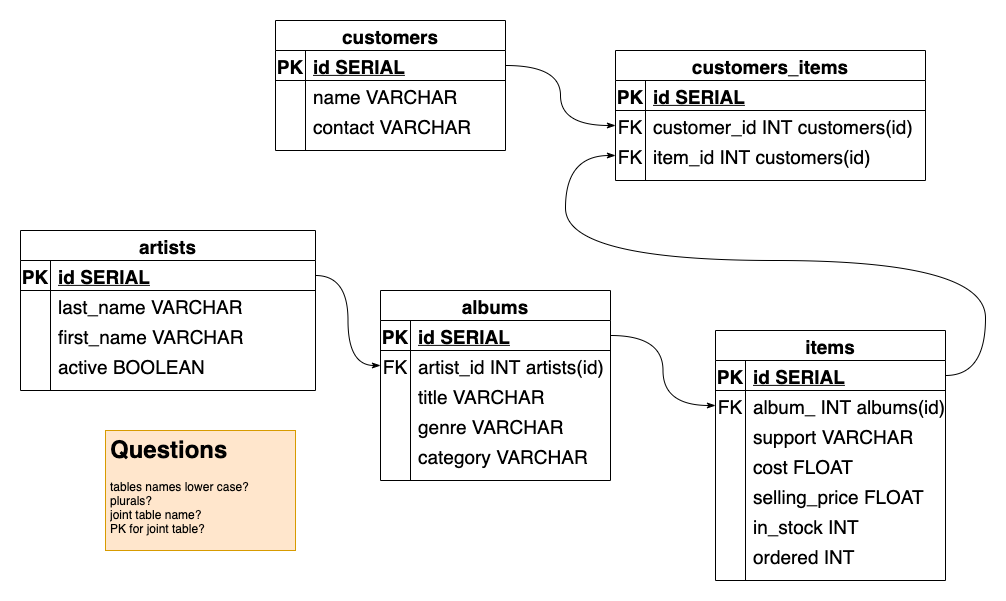
This is diagrams/table_diagram.png from StBinando/week_05-personal_project, a draw.io export, as it was before one commit. Source tidied: cells renumbered, new cells last; positions are measured from the earlier drawing's top-left corner, leaving out a move shared by most shapes.
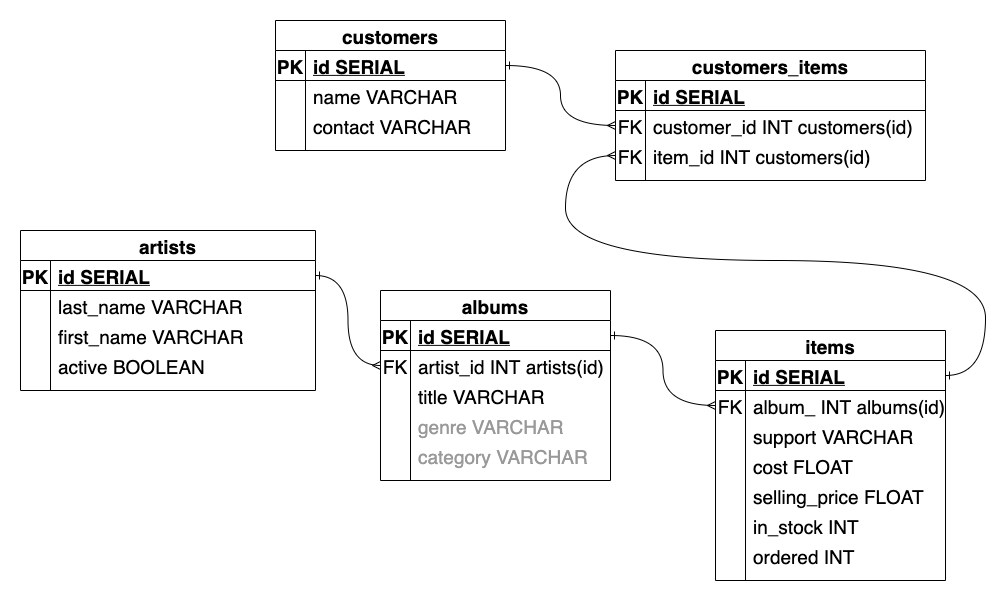
The same file after the commit.

Change to the diagram source:
```diff
@@ -65,7 +65,7 @@
     <mxCell id="22" value="item_id INT customers(id)" style="shape=partialRectangle;fillColor=none;top=0;left=0;bottom=0;right=0;align=left;spacingLeft=6;overflow=hidden;fontSize=19;" parent="20" vertex="1">
       <mxGeometry x="30" width="280" height="30" as="geometry" />
     </mxCell>
-    <mxCell id="23" style="edgeStyle=orthogonalEdgeStyle;curved=1;rounded=0;jettySize=auto;html=1;exitX=1;exitY=0.5;exitDx=0;exitDy=0;fontSize=19;startArrow=none;startFill=0;endArrow=classicThin;endFill=1;entryX=0;entryY=0.5;entryDx=0;entryDy=0;" parent="1" edge="1" source="4" target="17">
+    <mxCell id="23" style="edgeStyle=orthogonalEdgeStyle;curved=1;rounded=0;jettySize=auto;html=1;exitX=1;exitY=0.5;exitDx=0;exitDy=0;fontSize=19;startArrow=ERone;startFill=0;endArrow=ERmany;endFill=0;entryX=0;entryY=0.5;entryDx=0;entryDy=0;" parent="1" edge="1" source="4" target="17">
       <mxGeometry relative="1" as="geometry" />
     </mxCell>
     <mxCell id="24" value="artists" style="shape=table;startSize=30;rowLines=0;fontStyle=1;align=center;fontSize=19;" parent="1" vertex="1">
@@ -143,7 +143,7 @@
     <mxCell id="48" style="shape=partialRectangle;fillColor=none;top=0;left=0;bottom=0;right=0;overflow=hidden;fontSize=19;" parent="47" vertex="1">
       <mxGeometry width="30" height="30" as="geometry" />
     </mxCell>
-    <mxCell id="49" value="genre VARCHAR" style="shape=partialRectangle;fillColor=none;top=0;left=0;bottom=0;right=0;align=left;spacingLeft=6;overflow=hidden;fontSize=19;" parent="47" vertex="1">
+    <mxCell id="49" value="genre VARCHAR" style="shape=partialRectangle;fillColor=none;top=0;left=0;bottom=0;right=0;align=left;spacingLeft=6;overflow=hidden;fontSize=19;fontColor=#999999;" parent="47" vertex="1">
       <mxGeometry x="30" width="200" height="30" as="geometry" />
     </mxCell>
     <mxCell id="50" style="shape=partialRectangle;fillColor=none;top=0;left=0;bottom=0;right=0;fontSize=19;" parent="37" vertex="1">
@@ -152,7 +152,7 @@
     <mxCell id="51" style="shape=partialRectangle;fillColor=none;top=0;left=0;bottom=0;right=0;overflow=hidden;fontSize=19;" parent="50" vertex="1">
       <mxGeometry width="30" height="30" as="geometry" />
     </mxCell>
-    <mxCell id="52" value="category VARCHAR" style="shape=partialRectangle;fillColor=none;top=0;left=0;bottom=0;right=0;align=left;spacingLeft=6;overflow=hidden;fontSize=19;" parent="50" vertex="1">
+    <mxCell id="52" value="category VARCHAR" style="shape=partialRectangle;fillColor=none;top=0;left=0;bottom=0;right=0;align=left;spacingLeft=6;overflow=hidden;fontSize=19;fontColor=#999999;" parent="50" vertex="1">
       <mxGeometry x="30" width="200" height="30" as="geometry" />
     </mxCell>
     <mxCell id="53" value="items" style="shape=table;startSize=30;rowLines=0;fontStyle=1;align=center;fontSize=19;" parent="1" vertex="1">
@@ -221,7 +221,7 @@
     <mxCell id="74" value="ordered INT" style="shape=partialRectangle;fillColor=none;top=0;left=0;bottom=0;right=0;align=left;spacingLeft=6;overflow=hidden;fontSize=19;" parent="72" vertex="1">
       <mxGeometry x="30" width="200" height="30" as="geometry" />
     </mxCell>
-    <mxCell id="75" style="edgeStyle=orthogonalEdgeStyle;curved=1;rounded=0;jettySize=auto;html=1;exitX=1;exitY=0.5;exitDx=0;exitDy=0;entryX=0;entryY=0.5;entryDx=0;entryDy=0;fontSize=19;startArrow=none;startFill=0;endArrow=classicThin;endFill=1;" parent="1" edge="1" source="54" target="20">
+    <mxCell id="75" style="edgeStyle=orthogonalEdgeStyle;curved=1;rounded=0;jettySize=auto;html=1;exitX=1;exitY=0.5;exitDx=0;exitDy=0;entryX=0;entryY=0.5;entryDx=0;entryDy=0;fontSize=19;startArrow=ERone;startFill=0;endArrow=ERmany;endFill=0;" parent="1" edge="1" source="54" target="20">
       <mxGeometry relative="1" as="geometry">
         <Array as="points">
           <mxPoint x="985" y="375" />
@@ -231,14 +231,11 @@
         </Array>
       </mxGeometry>
     </mxCell>
-    <mxCell id="76" style="edgeStyle=orthogonalEdgeStyle;curved=1;rounded=0;jettySize=auto;html=1;exitX=1;exitY=0.5;exitDx=0;exitDy=0;entryX=0;entryY=0.5;entryDx=0;entryDy=0;fontSize=19;startArrow=none;startFill=0;endArrow=classicThin;endFill=1;" parent="1" edge="1" source="38" target="57">
+    <mxCell id="76" style="edgeStyle=orthogonalEdgeStyle;curved=1;rounded=0;jettySize=auto;html=1;exitX=1;exitY=0.5;exitDx=0;exitDy=0;entryX=0;entryY=0.5;entryDx=0;entryDy=0;fontSize=19;startArrow=ERone;startFill=0;endArrow=ERmany;endFill=0;" parent="1" edge="1" source="38" target="57">
       <mxGeometry relative="1" as="geometry" />
     </mxCell>
-    <mxCell id="77" style="edgeStyle=orthogonalEdgeStyle;curved=1;rounded=0;jettySize=auto;html=1;exitX=1;exitY=0.5;exitDx=0;exitDy=0;entryX=0;entryY=0.5;entryDx=0;entryDy=0;fontSize=19;startArrow=none;startFill=0;endArrow=classicThin;endFill=1;" parent="1" edge="1" source="25" target="41">
+    <mxCell id="77" style="edgeStyle=orthogonalEdgeStyle;curved=1;rounded=0;jettySize=auto;html=1;exitX=1;exitY=0.5;exitDx=0;exitDy=0;entryX=0;entryY=0.5;entryDx=0;entryDy=0;fontSize=19;startArrow=ERone;startFill=0;endArrow=ERmany;endFill=0;" parent="1" edge="1" source="25" target="41">
       <mxGeometry relative="1" as="geometry" />
     </mxCell>
-    <mxCell id="78" value="&lt;h1&gt;Questions&lt;/h1&gt;&lt;p&gt;tables names lower case?&lt;br&gt;plurals?&lt;br&gt;&lt;span&gt;joint table name?&lt;br&gt;&lt;/span&gt;&lt;span&gt;PK for joint table?&lt;/span&gt;&lt;/p&gt;" style="text;html=1;strokeColor=#d79b00;fillColor=#ffe6cc;spacing=5;spacingTop=-20;whiteSpace=wrap;overflow=hidden;rounded=0;" parent="1" vertex="1">
-      <mxGeometry x="105" y="430" width="190" height="120" as="geometry" />
-    </mxCell>
   </root>
 </mxGraphModel>
```
